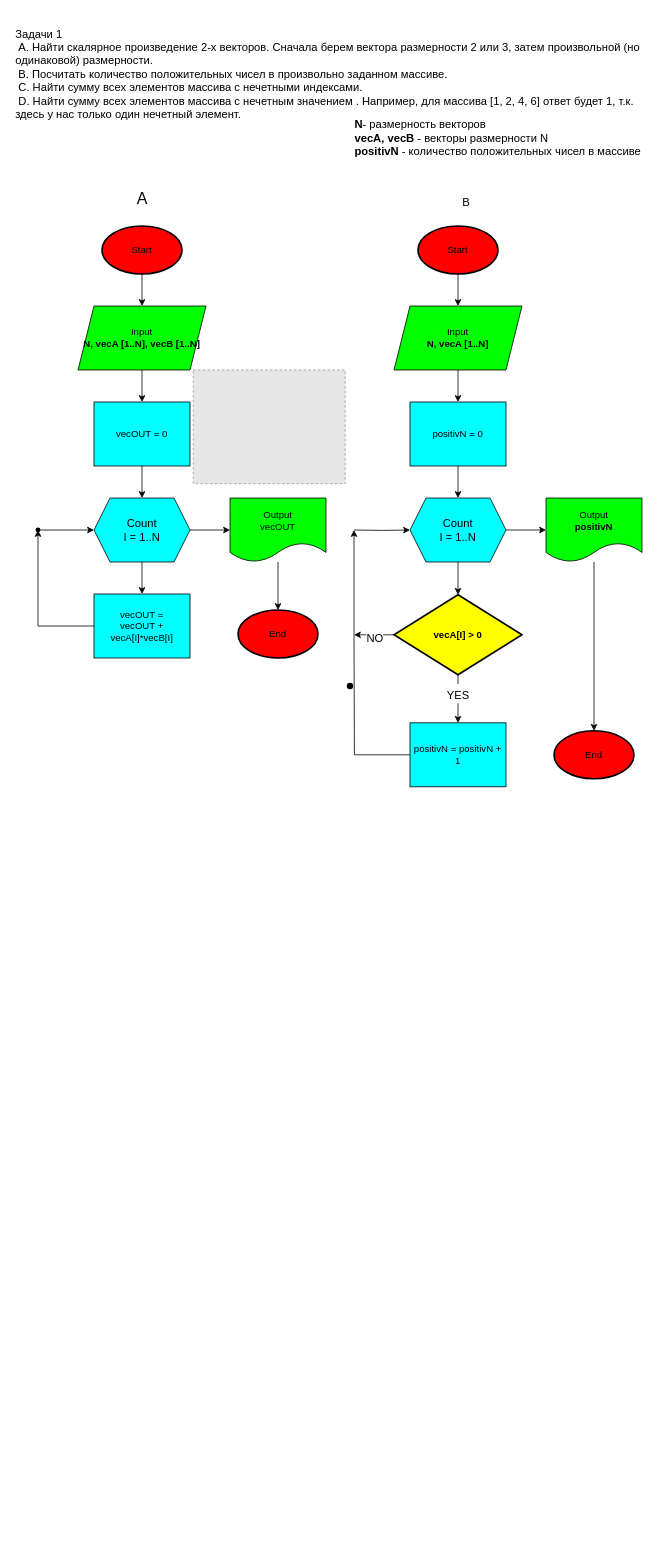
This is safonov_seminar2_crw_1.drawio from saffonov/gb_learning, a draw.io file, before an edit. Source tidied: cells renumbered, new cells numbered last; positions are measured from the earlier drawing's top-left corner, leaving out a move shared by most shapes. Both pictures are drawn from the tidied source at 80%, with x=0, y=0 at pixel (14, 14). Pictures stored in the file or linked from it are replaced by grey dashed boxes.
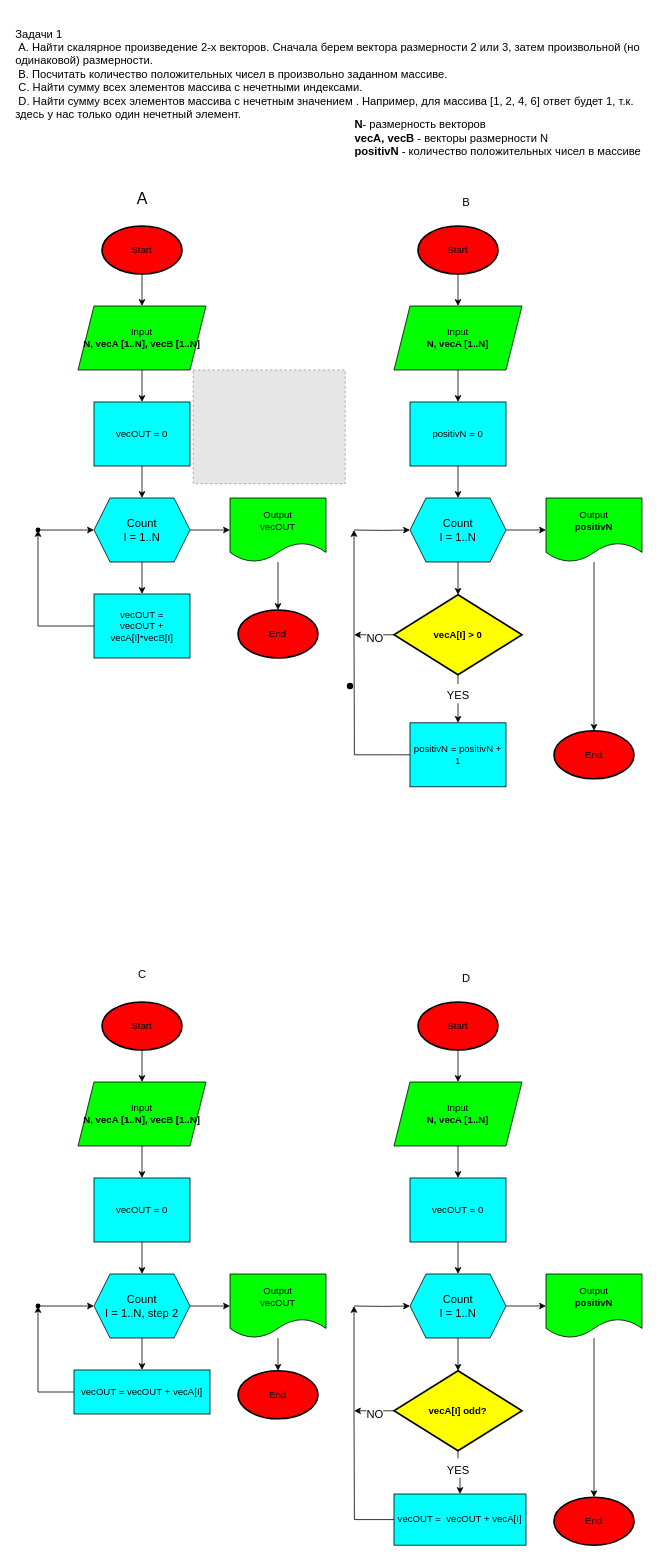
The same diagram, later.

Change to the diagram source:
```diff
@@
+    <mxCell id="44" style="edgeStyle=orthogonalEdgeStyle;rounded=0;jettySize=auto;html=1;fontFamily=Helvetica;fontSize=14;" parent="1" edge="1" source="45" target="50">
+      <mxGeometry relative="1" as="geometry" />
+    </mxCell>
+    <mxCell id="45" value="Start" style="strokeWidth=2;html=1;shape=mxgraph.flowchart.start_1;whiteSpace=wrap;fillColor=#FF0000;" parent="1" vertex="1">
+      <mxGeometry x="110" y="1235" width="100" height="60" as="geometry" />
+    </mxCell>
+    <mxCell id="46" style="edgeStyle=orthogonalEdgeStyle;rounded=0;jettySize=auto;html=1;fontFamily=Helvetica;fontSize=14;" parent="1" edge="1" source="47" target="59">
+      <mxGeometry relative="1" as="geometry" />
+    </mxCell>
+    <mxCell id="47" value="&lt;div&gt;vecOUT = 0&lt;br&gt;&lt;/div&gt;" style="rounded=0;whiteSpace=wrap;html=1;fillColor=#00FFFF;" parent="1" vertex="1">
+      <mxGeometry x="100" y="1455" width="120" height="80" as="geometry" />
+    </mxCell>
+    <mxCell id="48" value="End" style="strokeWidth=2;html=1;shape=mxgraph.flowchart.start_1;whiteSpace=wrap;fillColor=#FF0000;" parent="1" vertex="1">
+      <mxGeometry x="280" y="1696" width="100" height="60" as="geometry" />
+    </mxCell>
+    <mxCell id="49" style="edgeStyle=orthogonalEdgeStyle;rounded=0;jettySize=auto;html=1;fontFamily=Helvetica;fontSize=14;" parent="1" edge="1" source="50" target="47">
+      <mxGeometry relative="1" as="geometry" />
+    </mxCell>
+    <mxCell id="50" value="&lt;div&gt;Input&lt;/div&gt;&lt;div&gt;&lt;b&gt;N, vecA [1..N], vecB [1..N]&lt;/b&gt;&lt;b&gt;&lt;br&gt;&lt;/b&gt;&lt;/div&gt;" style="shape=parallelogram;perimeter=parallelogramPerimeter;whiteSpace=wrap;html=1;fixedSize=1;fillColor=#00FF00;" parent="1" vertex="1">
+      <mxGeometry x="80" y="1335" width="160" height="80" as="geometry" />
+    </mxCell>
+    <mxCell id="51" style="edgeStyle=orthogonalEdgeStyle;rounded=0;jettySize=auto;html=1;fontFamily=Helvetica;fontSize=20;" parent="1" edge="1" source="54" target="78">
+      <mxGeometry relative="1" as="geometry" />
+    </mxCell>
+    <mxCell id="52" value="&lt;font style=&quot;font-size: 14px;&quot;&gt;YES&lt;/font&gt;" style="edgeLabel;html=1;align=center;verticalAlign=middle;fontSize=20;fontFamily=Helvetica;" parent="51" vertex="1">
+      <mxGeometry x="-0.28" y="-1" relative="1" as="geometry" />
+    </mxCell>
+    <mxCell id="53" value="&lt;font style=&quot;font-size: 14px;&quot;&gt;NO&lt;/font&gt;" style="edgeStyle=orthogonalEdgeStyle;rounded=0;jettySize=auto;html=1;fontFamily=Helvetica;fontSize=20;" parent="1" edge="1" source="54">
+      <mxGeometry relative="1" as="geometry">
+        <mxPoint x="425" y="1746" as="targetPoint" />
+      </mxGeometry>
+    </mxCell>
+    <mxCell id="54" value="&lt;b&gt;vecA[I] odd?&lt;br&gt;&lt;/b&gt;" style="strokeWidth=2;html=1;shape=mxgraph.flowchart.decision;whiteSpace=wrap;labelBackgroundColor=none;fontColor=default;fillColor=#FFFF00;" parent="1" vertex="1">
+      <mxGeometry x="475" y="1696" width="160" height="100" as="geometry" />
+    </mxCell>
+    <mxCell id="55" style="edgeStyle=orthogonalEdgeStyle;rounded=0;jettySize=auto;html=1;fontFamily=Helvetica;fontSize=14;" parent="1" edge="1" source="56" target="48">
+      <mxGeometry relative="1" as="geometry" />
+    </mxCell>
+    <mxCell id="56" value="&lt;div&gt;Output&lt;/div&gt;&lt;div&gt;vecOUT&lt;br&gt;&lt;/div&gt;" style="shape=document;whiteSpace=wrap;html=1;boundedLbl=1;fillColor=#00FF00;" parent="1" vertex="1">
+      <mxGeometry x="270" y="1575" width="120" height="80" as="geometry" />
+    </mxCell>
+    <mxCell id="57" style="edgeStyle=orthogonalEdgeStyle;rounded=0;jettySize=auto;html=1;fontFamily=Helvetica;fontSize=14;" parent="1" edge="1" source="59" target="61">
+      <mxGeometry relative="1" as="geometry" />
+    </mxCell>
+    <mxCell id="58" style="edgeStyle=orthogonalEdgeStyle;rounded=0;jettySize=auto;html=1;fontFamily=Helvetica;fontSize=14;" parent="1" edge="1" source="59" target="56">
+      <mxGeometry relative="1" as="geometry" />
+    </mxCell>
+    <mxCell id="59" value="&lt;div&gt;Count&lt;/div&gt;&lt;div&gt;I = 1..N, step 2&lt;br&gt;&lt;/div&gt;" style="shape=hexagon;perimeter=hexagonPerimeter2;whiteSpace=wrap;html=1;fixedSize=1;fontFamily=Helvetica;fontSize=14;fillColor=#00FFFF;" parent="1" vertex="1">
+      <mxGeometry x="100" y="1575" width="120" height="80" as="geometry" />
+    </mxCell>
+    <mxCell id="60" style="edgeStyle=orthogonalEdgeStyle;rounded=0;jettySize=auto;html=1;fontFamily=Helvetica;fontSize=14;" parent="1" edge="1" source="61" target="63">
+      <mxGeometry relative="1" as="geometry" />
+    </mxCell>
+    <mxCell id="61" value="&lt;div&gt;vecOUT = vecOUT + vecA[I]&lt;/div&gt;" style="rounded=0;whiteSpace=wrap;html=1;fillColor=#00FFFF;" parent="1" vertex="1">
+      <mxGeometry x="75" y="1695" width="170" height="55" as="geometry" />
+    </mxCell>
+    <mxCell id="62" style="edgeStyle=orthogonalEdgeStyle;rounded=0;jettySize=auto;html=1;fontFamily=Helvetica;fontSize=14;" parent="1" edge="1" source="63" target="59">
+      <mxGeometry relative="1" as="geometry" />
+    </mxCell>
+    <mxCell id="63" style="shape=waypoint;sketch=0;size=6;points=[];fillColor=#00FFFF;perimeter=centerPerimeter;snapToPoint=1;rounded=0;" parent="1" vertex="1">
+      <mxGeometry x="10" y="1595" width="40" height="40" as="geometry" />
+    </mxCell>
+    <mxCell id="64" value="C" style="text;html=1;align=center;verticalAlign=middle;strokeColor=none;fillColor=none;fontSize=14;fontFamily=Helvetica;" parent="1" vertex="1">
+      <mxGeometry x="145" y="1185" width="30" height="30" as="geometry" />
+    </mxCell>
+    <mxCell id="65" style="edgeStyle=orthogonalEdgeStyle;rounded=0;jettySize=auto;html=1;fontFamily=Helvetica;fontSize=14;" parent="1" edge="1" source="66" target="71">
+      <mxGeometry relative="1" as="geometry" />
+    </mxCell>
+    <mxCell id="66" value="Start" style="strokeWidth=2;html=1;shape=mxgraph.flowchart.start_1;whiteSpace=wrap;fillColor=#FF0000;" parent="1" vertex="1">
+      <mxGeometry x="505" y="1235" width="100" height="60" as="geometry" />
+    </mxCell>
+    <mxCell id="67" style="edgeStyle=orthogonalEdgeStyle;rounded=0;jettySize=auto;html=1;fontFamily=Helvetica;fontSize=14;" parent="1" edge="1" source="68" target="76">
+      <mxGeometry relative="1" as="geometry" />
+    </mxCell>
+    <mxCell id="68" value="&lt;div&gt;vecOUT = 0&lt;br&gt;&lt;/div&gt;" style="rounded=0;whiteSpace=wrap;html=1;fillColor=#00FFFF;" parent="1" vertex="1">
+      <mxGeometry x="495" y="1455" width="120" height="80" as="geometry" />
+    </mxCell>
+    <mxCell id="69" value="End" style="strokeWidth=2;html=1;shape=mxgraph.flowchart.start_1;whiteSpace=wrap;fillColor=#FF0000;" parent="1" vertex="1">
+      <mxGeometry x="675" y="1854" width="100" height="60" as="geometry" />
+    </mxCell>
+    <mxCell id="70" style="edgeStyle=orthogonalEdgeStyle;rounded=0;jettySize=auto;html=1;fontFamily=Helvetica;fontSize=14;" parent="1" edge="1" source="71" target="68">
+      <mxGeometry relative="1" as="geometry" />
+    </mxCell>
+    <mxCell id="71" value="&lt;div&gt;Input&lt;/div&gt;&lt;div&gt;&lt;b&gt;N, vecA [1..N]&lt;/b&gt;&lt;b&gt;&lt;br&gt;&lt;/b&gt;&lt;/div&gt;" style="shape=parallelogram;perimeter=parallelogramPerimeter;whiteSpace=wrap;html=1;fixedSize=1;fillColor=#00FF00;" parent="1" vertex="1">
+      <mxGeometry x="475" y="1335" width="160" height="80" as="geometry" />
+    </mxCell>
+    <mxCell id="72" style="edgeStyle=orthogonalEdgeStyle;rounded=0;jettySize=auto;html=1;fontFamily=Helvetica;fontSize=14;" parent="1" edge="1" source="73" target="69">
+      <mxGeometry relative="1" as="geometry" />
+    </mxCell>
+    <mxCell id="73" value="&lt;div&gt;Output&lt;/div&gt;&lt;div&gt;&lt;b&gt;positivN&lt;/b&gt;&lt;/div&gt;" style="shape=document;whiteSpace=wrap;html=1;boundedLbl=1;fillColor=#00FF00;" parent="1" vertex="1">
+      <mxGeometry x="665" y="1575" width="120" height="80" as="geometry" />
+    </mxCell>
+    <mxCell id="74" style="edgeStyle=orthogonalEdgeStyle;rounded=0;jettySize=auto;html=1;fontFamily=Helvetica;fontSize=14;" parent="1" edge="1" source="76" target="73">
+      <mxGeometry relative="1" as="geometry" />
+    </mxCell>
+    <mxCell id="75" style="edgeStyle=orthogonalEdgeStyle;rounded=0;jettySize=auto;html=1;fontFamily=Helvetica;fontSize=20;" parent="1" edge="1" source="76" target="54">
+      <mxGeometry relative="1" as="geometry" />
+    </mxCell>
+    <mxCell id="76" value="&lt;div&gt;Count&lt;/div&gt;&lt;div&gt;I = 1..N&lt;br&gt;&lt;/div&gt;" style="shape=hexagon;perimeter=hexagonPerimeter2;whiteSpace=wrap;html=1;fixedSize=1;fontFamily=Helvetica;fontSize=14;fillColor=#00FFFF;" parent="1" vertex="1">
+      <mxGeometry x="495" y="1575" width="120" height="80" as="geometry" />
+    </mxCell>
+    <mxCell id="77" style="edgeStyle=orthogonalEdgeStyle;rounded=0;orthogonalLoop=1;jettySize=auto;html=1;fontFamily=Helvetica;fontSize=14;startArrow=none;" parent="1" edge="1">
+      <mxGeometry relative="1" as="geometry">
+        <mxPoint x="425" y="1746" as="sourcePoint" />
+        <mxPoint x="425" y="1615" as="targetPoint" />
+        <Array as="points">
+          <mxPoint x="425" y="1686" />
+          <mxPoint x="425" y="1686" />
+        </Array>
+      </mxGeometry>
+    </mxCell>
+    <mxCell id="78" value="&lt;div&gt;vecOUT =&amp;nbsp; vecOUT + vecA[I]&lt;br&gt;&lt;/div&gt;" style="rounded=0;whiteSpace=wrap;html=1;fillColor=#00FFFF;" parent="1" vertex="1">
+      <mxGeometry x="475" y="1850" width="165" height="64" as="geometry" />
+    </mxCell>
+    <mxCell id="79" style="edgeStyle=orthogonalEdgeStyle;rounded=0;jettySize=auto;html=1;fontFamily=Helvetica;fontSize=14;" parent="1" edge="1" target="76">
+      <mxGeometry relative="1" as="geometry">
+        <mxPoint x="425" y="1615" as="sourcePoint" />
+      </mxGeometry>
+    </mxCell>
+    <mxCell id="80" value="D" style="text;html=1;align=center;verticalAlign=middle;strokeColor=none;fillColor=none;fontSize=14;fontFamily=Helvetica;" parent="1" vertex="1">
+      <mxGeometry x="550" y="1190" width="30" height="30" as="geometry" />
+    </mxCell>
+    <mxCell id="81" style="edgeStyle=orthogonalEdgeStyle;rounded=0;jettySize=auto;html=1;fontFamily=Helvetica;fontSize=14;endArrow=none;" parent="1" edge="1" source="78">
+      <mxGeometry relative="1" as="geometry">
+        <mxPoint x="425" y="1746" as="targetPoint" />
+      </mxGeometry>
+    </mxCell>
```
